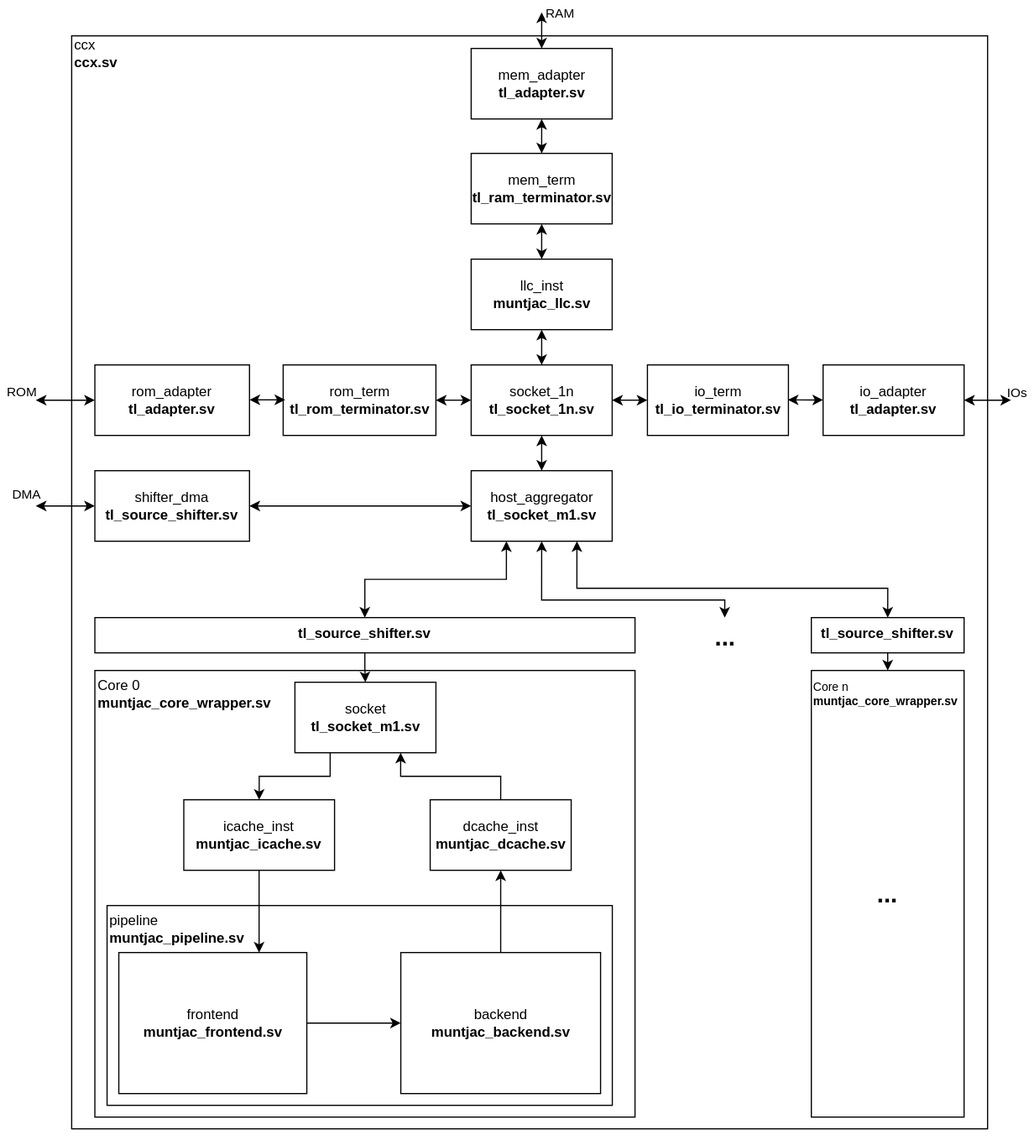
This is docs/assets/ccx_schem.svg from maxletemple/muntjac-soc, a draw.io export, as it was before one commit. Source tidied: cells renumbered, new cells last; positions are measured from the earlier drawing's top-left corner, leaving out a move shared by most shapes.
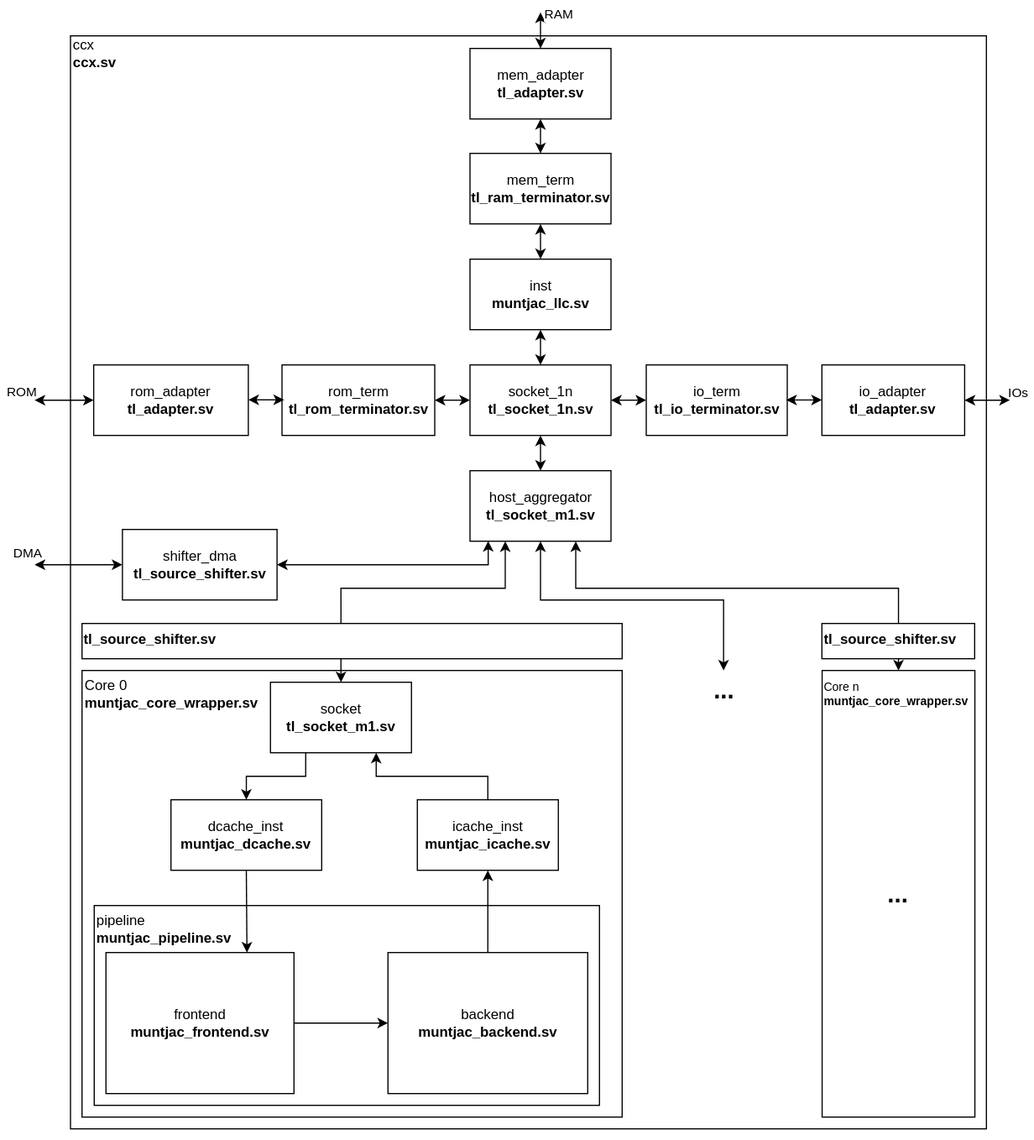
Above is the later version.

Change to the diagram source:
```diff
@@ -9,8 +9,24 @@
       <mxGeometry x="60.5" y="30" width="779.5" height="930" as="geometry" />
     </mxCell>
     <mxCell id="4" style="rounded=0;whiteSpace=wrap;html=1;fillColor=none;" parent="1" vertex="1">
-      <mxGeometry x="80.2" y="570" width="459.7" height="380" as="geometry" />
+      <mxGeometry x="70.3" y="570" width="459.7" height="380" as="geometry" />
     </mxCell>
+    <mxCell id="56" style="edgeStyle=orthogonalEdgeStyle;rounded=0;jettySize=auto;html=1;exitX=0.25;exitY=1;exitDx=0;exitDy=0;entryX=0.5;entryY=0;entryDx=0;entryDy=0;startArrow=classic;startFill=1;" parent="1" edge="1" source="7" target="20">
+      <mxGeometry relative="1" as="geometry">
+        <Array as="points">
+          <mxPoint x="431" y="500" />
+          <mxPoint x="291" y="500" />
+        </Array>
+      </mxGeometry>
+    </mxCell>
+    <mxCell id="57" style="edgeStyle=orthogonalEdgeStyle;rounded=0;html=1;exitX=0.75;exitY=1;exitDx=0;exitDy=0;entryX=0.5;entryY=0;entryDx=0;entryDy=0;fontSize=21;startArrow=classic;startFill=1;endArrow=classic;endFill=1;" parent="1" edge="1" source="7" target="46">
+      <mxGeometry relative="1" as="geometry">
+        <Array as="points">
+          <mxPoint x="491" y="500" />
+          <mxPoint x="765" y="500" />
+        </Array>
+      </mxGeometry>
+    </mxCell>
     <mxCell id="5" style="edgeStyle=orthogonalEdgeStyle;rounded=0;html=1;entryX=0.5;entryY=0;entryDx=0;entryDy=0;fontSize=11;startArrow=classic;startFill=1;endArrow=classic;endFill=1;exitX=0.5;exitY=1;exitDx=0;exitDy=0;" parent="1" edge="1" source="7" target="43">
       <mxGeometry relative="1" as="geometry">
         <Array as="points">
@@ -19,9 +35,6 @@
         </Array>
       </mxGeometry>
     </mxCell>
-    <mxCell id="6" style="edgeStyle=orthogonalEdgeStyle;rounded=0;html=1;exitX=0.25;exitY=1;exitDx=0;exitDy=0;startArrow=classic;startFill=1;endArrow=classic;endFill=1;" parent="1" edge="1" source="7" target="52">
-      <mxGeometry relative="1" as="geometry" />
-    </mxCell>
     <mxCell id="7" value="&lt;div&gt;host_aggregator&lt;/div&gt;&lt;div&gt;&lt;b&gt;tl_socket_m1.sv&lt;/b&gt;&lt;br&gt;&lt;/div&gt;" style="rounded=0;whiteSpace=wrap;html=1;fillColor=none;" parent="1" vertex="1">
       <mxGeometry x="400.5" y="400" width="120" height="60" as="geometry" />
     </mxCell>
@@ -31,7 +44,7 @@
     <mxCell id="9" value="&lt;div&gt;socket_1n&lt;br&gt;&lt;/div&gt;&lt;div&gt;&lt;b&gt;tl_socket_1n.sv&lt;/b&gt;&lt;br&gt;&lt;/div&gt;" style="rounded=0;whiteSpace=wrap;html=1;fillColor=none;" parent="1" vertex="1">
       <mxGeometry x="400.5" y="310" width="120" height="60" as="geometry" />
     </mxCell>
-    <mxCell id="10" value="&lt;div&gt;llc_inst&lt;br&gt;&lt;/div&gt;&lt;div&gt;&lt;b&gt;muntjac_llc.sv&lt;/b&gt;&lt;br&gt;&lt;/div&gt;" style="rounded=0;whiteSpace=wrap;html=1;fillColor=none;" parent="1" vertex="1">
+    <mxCell id="10" value="&lt;div&gt;inst&lt;br&gt;&lt;/div&gt;&lt;div&gt;&lt;b&gt;muntjac_llc.sv&lt;/b&gt;&lt;br&gt;&lt;/div&gt;" style="rounded=0;whiteSpace=wrap;html=1;fillColor=none;" parent="1" vertex="1">
       <mxGeometry x="400.5" y="220" width="120" height="60" as="geometry" />
     </mxCell>
     <mxCell id="11" style="edgeStyle=orthogonalEdgeStyle;rounded=0;jettySize=auto;html=1;exitX=0.5;exitY=1;exitDx=0;exitDy=0;startArrow=classic;startFill=1;" parent="1" edge="1" source="10">
@@ -68,7 +81,7 @@
       <mxGeometry relative="1" as="geometry" />
     </mxCell>
     <mxCell id="20" value="&lt;div&gt;socket&lt;/div&gt;&lt;div&gt;&lt;b&gt;tl_socket_m1.sv&lt;/b&gt;&lt;br&gt;&lt;/div&gt;" style="rounded=0;whiteSpace=wrap;html=1;" parent="1" vertex="1">
-      <mxGeometry x="250.5" y="580" width="120" height="60" as="geometry" />
+      <mxGeometry x="230.7" y="580" width="120" height="60" as="geometry" />
     </mxCell>
     <mxCell id="21" style="edgeStyle=orthogonalEdgeStyle;rounded=0;jettySize=auto;html=1;exitX=0.5;exitY=0;exitDx=0;exitDy=0;entryX=0.75;entryY=1;entryDx=0;entryDy=0;" parent="1" edge="1" source="23" target="20">
       <mxGeometry relative="1" as="geometry" />
@@ -76,26 +89,29 @@
     <mxCell id="22" style="edgeStyle=none;rounded=0;html=1;exitX=0.5;exitY=1;exitDx=0;exitDy=0;entryX=0.5;entryY=0;entryDx=0;entryDy=0;fontSize=21;startArrow=classic;startFill=1;endArrow=none;endFill=0;" parent="1" edge="1" source="23" target="27">
       <mxGeometry relative="1" as="geometry" />
     </mxCell>
-    <mxCell id="23" value="&lt;div&gt;dcache_inst&lt;/div&gt;&lt;div&gt;&lt;b&gt;muntjac_dcache.sv&lt;/b&gt;&lt;br&gt;&lt;/div&gt;" style="rounded=0;whiteSpace=wrap;html=1;" parent="1" vertex="1">
-      <mxGeometry x="365.6" y="680" width="120" height="60" as="geometry" />
+    <mxCell id="23" value="&lt;div&gt;icache_inst&lt;/div&gt;&lt;div&gt;&lt;b&gt;muntjac_icache.sv&lt;/b&gt;&lt;br&gt;&lt;/div&gt;" style="rounded=0;whiteSpace=wrap;html=1;" parent="1" vertex="1">
+      <mxGeometry x="355.7" y="680" width="120" height="60" as="geometry" />
     </mxCell>
     <mxCell id="24" style="rounded=0;whiteSpace=wrap;html=1;fillColor=none;" parent="1" vertex="1">
-      <mxGeometry x="90.6" y="770" width="430" height="170" as="geometry" />
+      <mxGeometry x="80.7" y="770" width="430" height="170" as="geometry" />
     </mxCell>
     <mxCell id="25" style="edgeStyle=orthogonalEdgeStyle;rounded=0;jettySize=auto;html=1;exitX=1;exitY=0.5;exitDx=0;exitDy=0;entryX=0;entryY=0.5;entryDx=0;entryDy=0;" parent="1" edge="1" source="26" target="27">
       <mxGeometry relative="1" as="geometry" />
     </mxCell>
+    <mxCell id="58" style="rounded=0;html=1;exitX=0.75;exitY=0;exitDx=0;exitDy=0;entryX=0.5;entryY=1;entryDx=0;entryDy=0;fontSize=21;startArrow=classic;startFill=1;endArrow=none;endFill=0;" parent="1" edge="1" source="26" target="33">
+      <mxGeometry relative="1" as="geometry" />
+    </mxCell>
     <mxCell id="26" value="&lt;div&gt;frontend&lt;/div&gt;&lt;div&gt;&lt;b&gt;muntjac_frontend.sv&lt;/b&gt;&lt;br&gt;&lt;/div&gt;" style="rounded=0;whiteSpace=wrap;html=1;" parent="1" vertex="1">
-      <mxGeometry x="100.6" y="810" width="160" height="120" as="geometry" />
+      <mxGeometry x="90.7" y="810" width="160" height="120" as="geometry" />
     </mxCell>
     <mxCell id="27" value="&lt;div&gt;backend&lt;/div&gt;&lt;div&gt;&lt;b&gt;muntjac_backend.sv&lt;/b&gt;&lt;br&gt;&lt;/div&gt;" style="rounded=0;whiteSpace=wrap;html=1;" parent="1" vertex="1">
-      <mxGeometry x="340.6" y="810" width="170" height="120" as="geometry" />
+      <mxGeometry x="330.7" y="810" width="170" height="120" as="geometry" />
     </mxCell>
     <mxCell id="28" value="&lt;div align=&quot;left&quot;&gt;Core 0&lt;br&gt;&lt;/div&gt;&lt;div&gt;&lt;b&gt;muntjac_core_wrapper.sv&lt;/b&gt;&lt;br&gt;&lt;/div&gt;" style="text;html=1;align=left;verticalAlign=middle;whiteSpace=wrap;rounded=0;" parent="1" vertex="1">
-      <mxGeometry x="80.6" y="570" width="150" height="40" as="geometry" />
+      <mxGeometry x="70.7" y="570" width="150" height="40" as="geometry" />
     </mxCell>
     <mxCell id="29" value="&lt;div align=&quot;left&quot;&gt;pipeline&lt;/div&gt;&lt;div&gt;&lt;b&gt;muntjac_pipeline.sv&lt;/b&gt;&lt;br&gt;&lt;/div&gt;" style="text;html=1;align=left;verticalAlign=middle;whiteSpace=wrap;rounded=0;" parent="1" vertex="1">
-      <mxGeometry x="90.6" y="770" width="119.5" height="40" as="geometry" />
+      <mxGeometry x="80.7" y="770" width="119.5" height="40" as="geometry" />
     </mxCell>
     <mxCell id="30" style="edgeStyle=orthogonalEdgeStyle;rounded=0;jettySize=auto;html=1;startArrow=classic;startFill=1;entryX=0;entryY=0.5;entryDx=0;entryDy=0;" parent="1" edge="1" target="34">
       <mxGeometry relative="1" as="geometry">
@@ -113,8 +129,8 @@
     <mxCell id="32" value="&lt;div style=&quot;&quot;&gt;&lt;span style=&quot;background-color: initial;&quot;&gt;ccx&lt;/span&gt;&lt;/div&gt;&lt;div style=&quot;&quot;&gt;&lt;b style=&quot;background-color: initial;&quot;&gt;ccx.sv&lt;/b&gt;&lt;br&gt;&lt;/div&gt;" style="text;html=1;align=left;verticalAlign=middle;whiteSpace=wrap;rounded=0;" parent="1" vertex="1">
       <mxGeometry x="60.5" y="30" width="141.7" height="30" as="geometry" />
     </mxCell>
-    <mxCell id="33" value="&lt;div&gt;icache_inst&lt;/div&gt;&lt;div&gt;&lt;b&gt;muntjac_icache.sv&lt;/b&gt;&lt;br&gt;&lt;/div&gt;" style="rounded=0;whiteSpace=wrap;html=1;" parent="1" vertex="1">
-      <mxGeometry x="155.9" y="680" width="128.3" height="60" as="geometry" />
+    <mxCell id="33" value="&lt;div&gt;dcache_inst&lt;/div&gt;&lt;div&gt;&lt;b&gt;muntjac_dcache.sv&lt;/b&gt;&lt;br&gt;&lt;/div&gt;" style="rounded=0;whiteSpace=wrap;html=1;" parent="1" vertex="1">
+      <mxGeometry x="146" y="680" width="128.3" height="60" as="geometry" />
     </mxCell>
     <mxCell id="34" value="&lt;div&gt;rom_adapter&lt;br&gt;&lt;/div&gt;&lt;div&gt;&lt;b&gt;tl_adapter.sv&lt;/b&gt;&lt;br&gt;&lt;/div&gt;" style="rounded=0;whiteSpace=wrap;html=1;fillColor=none;" parent="1" vertex="1">
       <mxGeometry x="80.2" y="310" width="131.6" height="60" as="geometry" />
@@ -126,12 +142,12 @@
       </mxGeometry>
     </mxCell>
     <mxCell id="36" value="&lt;div&gt;io_adapter&lt;br&gt;&lt;/div&gt;&lt;div&gt;&lt;b&gt;tl_adapter.sv&lt;/b&gt;&lt;br&gt;&lt;/div&gt;" style="rounded=0;whiteSpace=wrap;html=1;fillColor=none;" parent="1" vertex="1">
-      <mxGeometry x="700" y="310" width="120" height="60" as="geometry" />
+      <mxGeometry x="700" y="310" width="121.5" height="60" as="geometry" />
     </mxCell>
-    <mxCell id="37" style="edgeStyle=orthogonalEdgeStyle;rounded=0;orthogonalLoop=1;jettySize=auto;html=1;exitX=0;exitY=0.5;exitDx=0;exitDy=0;startArrow=classic;startFill=1;" parent="1" edge="1">
+    <mxCell id="37" style="edgeStyle=orthogonalEdgeStyle;rounded=0;orthogonalLoop=1;jettySize=auto;html=1;exitX=0;exitY=0.5;exitDx=0;exitDy=0;entryX=1;entryY=0.5;entryDx=0;entryDy=0;startArrow=classic;startFill=1;" parent="1" edge="1">
       <mxGeometry relative="1" as="geometry">
         <mxPoint x="700" y="339.8" as="sourcePoint" />
-        <mxPoint x="670" y="340" as="targetPoint" />
+        <mxPoint x="669.6" y="339.8" as="targetPoint" />
       </mxGeometry>
     </mxCell>
     <mxCell id="38" value="&lt;div&gt;mem_term&lt;br&gt;&lt;/div&gt;&lt;div&gt;&lt;b&gt;tl_ram_terminator.sv&lt;/b&gt;&lt;br&gt;&lt;/div&gt;" style="rounded=0;whiteSpace=wrap;html=1;fillColor=none;" parent="1" vertex="1">
@@ -154,28 +170,20 @@
       <mxGeometry x="400.5" y="40.7" width="120" height="60" as="geometry" />
     </mxCell>
     <mxCell id="43" value="&lt;div style=&quot;font-size: 21px;&quot;&gt;...&lt;/div&gt;" style="text;html=1;align=center;verticalAlign=middle;whiteSpace=wrap;rounded=0;fontSize=21;fontStyle=1;" parent="1" vertex="1">
-      <mxGeometry x="550.5" y="525" width="131.6" height="31.1" as="geometry" />
+      <mxGeometry x="550.5" y="570" width="131.6" height="31.1" as="geometry" />
     </mxCell>
     <mxCell id="44" value="..." style="rounded=0;whiteSpace=wrap;html=1;fillColor=none;fontSize=21;fontStyle=1;" parent="1" vertex="1">
-      <mxGeometry x="690" y="570" width="130" height="380" as="geometry" />
+      <mxGeometry x="700.2" y="570" width="130" height="380" as="geometry" />
     </mxCell>
-    <mxCell id="45" style="edgeStyle=orthogonalEdgeStyle;html=1;exitX=0.5;exitY=0;exitDx=0;exitDy=0;entryX=0.75;entryY=1;entryDx=0;entryDy=0;rounded=0;startArrow=classic;startFill=1;endArrow=classic;endFill=1;" parent="1" edge="1" source="54" target="7">
-      <mxGeometry relative="1" as="geometry">
-        <Array as="points">
-          <mxPoint x="755" y="500" />
-          <mxPoint x="491" y="500" />
-        </Array>
-      </mxGeometry>
-    </mxCell>
     <mxCell id="46" value="&lt;div style=&quot;font-size: 10px;&quot; align=&quot;left&quot;&gt;Core n&lt;br&gt;&lt;/div&gt;&lt;div style=&quot;font-size: 10px;&quot;&gt;&lt;b style=&quot;font-size: 10px;&quot;&gt;muntjac_core_wrapper.sv&lt;/b&gt;&lt;br style=&quot;font-size: 10px;&quot;&gt;&lt;/div&gt;" style="text;html=1;align=left;verticalAlign=middle;whiteSpace=wrap;rounded=0;fontSize=10;" parent="1" vertex="1">
-      <mxGeometry x="690" y="570" width="130" height="40" as="geometry" />
+      <mxGeometry x="700.2" y="570" width="130" height="40" as="geometry" />
     </mxCell>
-    <mxCell id="47" style="edgeStyle=orthogonalEdgeStyle;rounded=0;html=1;entryX=0;entryY=0.5;entryDx=0;entryDy=0;fontSize=11;startArrow=classic;startFill=1;endArrow=classic;endFill=1;" parent="1" edge="1" source="50" target="7">
+    <mxCell id="47" style="edgeStyle=orthogonalEdgeStyle;rounded=0;html=1;entryX=0.129;entryY=0.997;entryDx=0;entryDy=0;entryPerimeter=0;fontSize=11;startArrow=classic;startFill=1;endArrow=classic;endFill=1;" parent="1" edge="1" source="50" target="7">
       <mxGeometry relative="1" as="geometry" />
     </mxCell>
     <mxCell id="48" style="edgeStyle=orthogonalEdgeStyle;rounded=0;html=1;fontSize=11;startArrow=classic;startFill=1;endArrow=classic;endFill=1;" parent="1" edge="1" source="50">
       <mxGeometry relative="1" as="geometry">
-        <mxPoint x="30" y="430" as="targetPoint" />
+        <mxPoint x="30" y="480" as="targetPoint" />
       </mxGeometry>
     </mxCell>
     <mxCell id="49" value="DMA" style="edgeLabel;html=1;align=center;verticalAlign=middle;fontSize=11;" parent="48" vertex="1">
@@ -184,25 +192,13 @@
       </mxGeometry>
     </mxCell>
     <mxCell id="50" value="&lt;div&gt;shifter_dma&lt;br&gt;&lt;/div&gt;&lt;div&gt;&lt;b&gt;tl_source_shifter.sv&lt;/b&gt;&lt;br&gt;&lt;/div&gt;" style="rounded=0;whiteSpace=wrap;html=1;fillColor=none;" parent="1" vertex="1">
-      <mxGeometry x="80.2" y="400" width="131.6" height="60" as="geometry" />
+      <mxGeometry x="104.7" y="450" width="131.6" height="60" as="geometry" />
     </mxCell>
-    <mxCell id="51" style="edgeStyle=orthogonalEdgeStyle;rounded=0;html=1;startArrow=none;startFill=0;endArrow=classic;endFill=1;" parent="1" edge="1" source="52" target="20">
-      <mxGeometry relative="1" as="geometry" />
-    </mxCell>
-    <mxCell id="52" value="&lt;b&gt;tl_source_shifter.sv&lt;/b&gt;" style="rounded=0;whiteSpace=wrap;html=1;fontSize=12;fillColor=default;align=center;verticalAlign=top;" parent="1" vertex="1">
-      <mxGeometry x="80.2" y="525" width="459.7" height="30" as="geometry" />
+    <mxCell id="52" value="&lt;b&gt;tl_source_shifter.sv&lt;/b&gt;" style="rounded=0;whiteSpace=wrap;html=1;fontSize=12;fillColor=default;align=left;verticalAlign=top;" parent="1" vertex="1">
+      <mxGeometry x="70.3" y="530" width="459.7" height="30" as="geometry" />
     </mxCell>
-    <mxCell id="53" style="edgeStyle=orthogonalEdgeStyle;rounded=0;html=1;exitX=0.5;exitY=1;exitDx=0;exitDy=0;entryX=0.5;entryY=0;entryDx=0;entryDy=0;startArrow=none;startFill=0;endArrow=classic;endFill=1;" parent="1" edge="1" source="54" target="46">
-      <mxGeometry relative="1" as="geometry" />
-    </mxCell>
-    <mxCell id="54" value="&lt;b&gt;tl_source_shifter.sv&lt;/b&gt;" style="rounded=0;whiteSpace=wrap;html=1;fontSize=12;fillColor=default;align=center;verticalAlign=top;" parent="1" vertex="1">
-      <mxGeometry x="690" y="525" width="130" height="30" as="geometry" />
+    <mxCell id="54" value="&lt;b&gt;tl_source_shifter.sv&lt;/b&gt;" style="rounded=0;whiteSpace=wrap;html=1;fontSize=12;fillColor=default;align=left;verticalAlign=top;" parent="1" vertex="1">
+      <mxGeometry x="700" y="530" width="130" height="30" as="geometry" />
     </mxCell>
-    <mxCell id="55" style="endArrow=none;startArrow=classic;html=1;rounded=0;startFill=1;endFill=0;" parent="1" edge="1">
-      <mxGeometry relative="1" as="geometry">
-        <mxPoint x="220" y="810" as="sourcePoint" />
-        <mxPoint x="220" y="740" as="targetPoint" />
-      </mxGeometry>
-    </mxCell>
   </root>
 </mxGraphModel>
```
